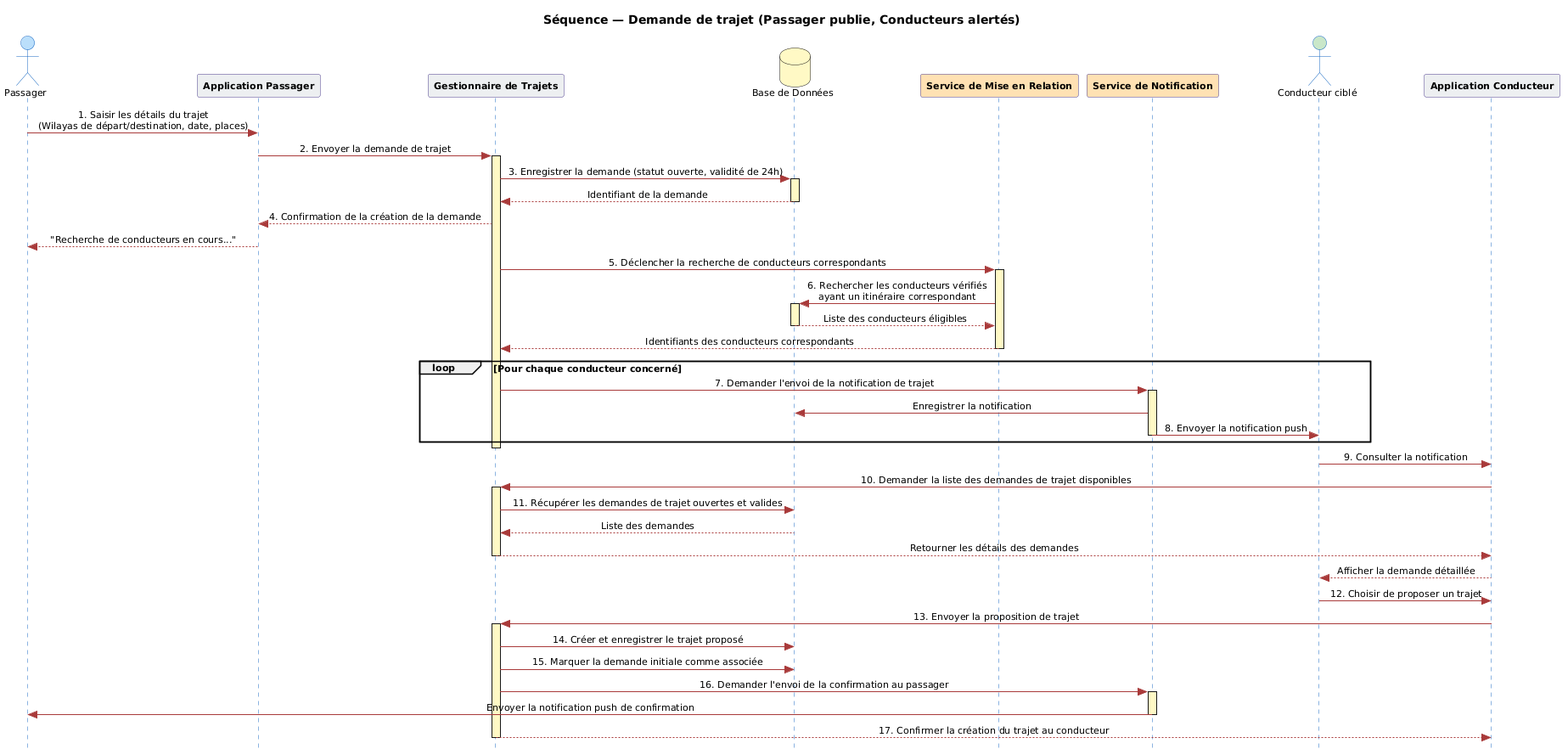
Earlier version of the PlantUML export figures/fig_sequence_trip_request.png (Belhormamohamed13/Memiore_RohWinBghit).
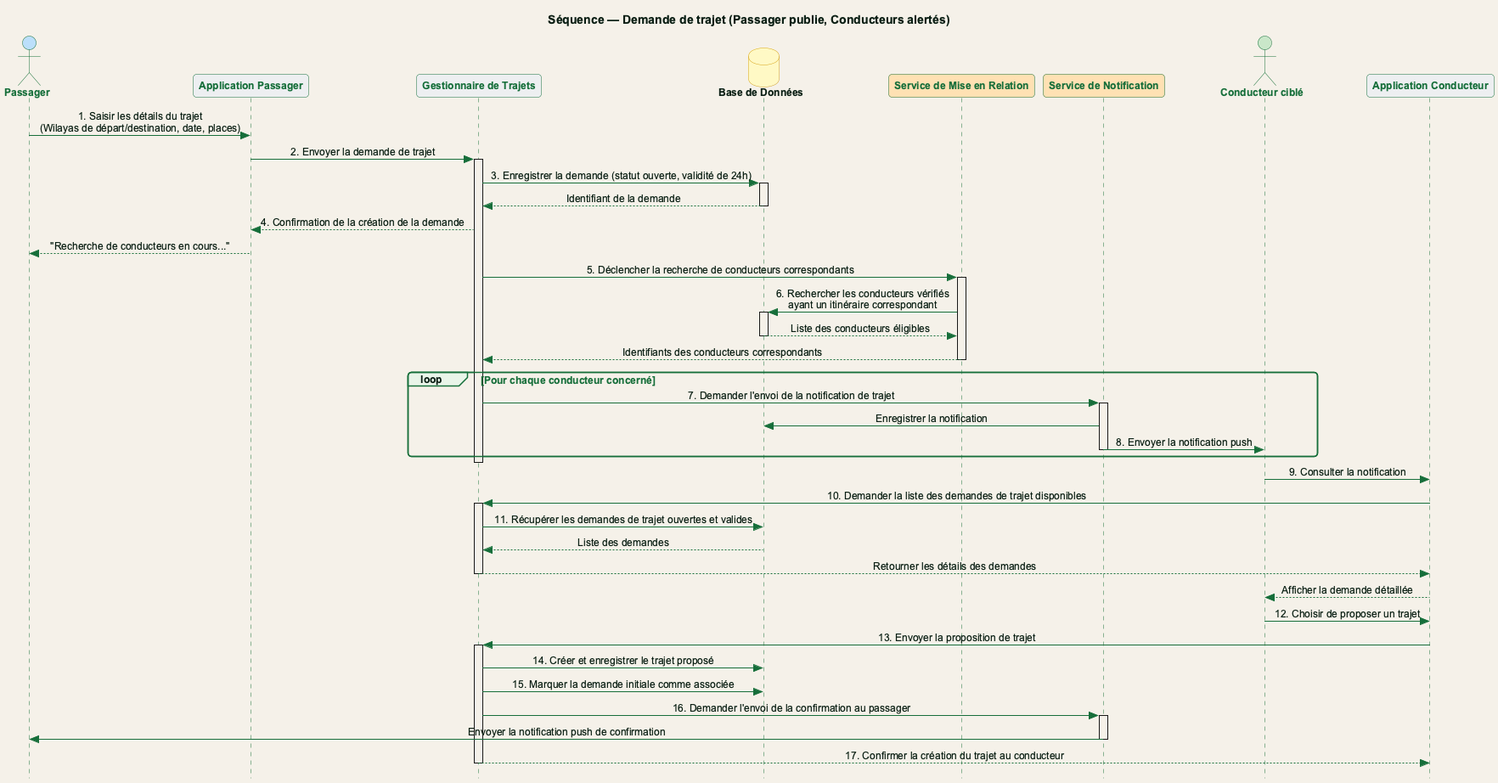
Later version of the same file.

What changed in the source:
```diff
@@ -1,22 +1,8 @@
-@startuml
+@startuml fig_sequence_trip_request
+!include theme_rohwinbghit.puml
 skinparam style strictuml
-skinparam DefaultFontName Arial
-skinparam DefaultFontSize 11
-skinparam shadowing false
 skinparam SequenceMessageAlignment center
 
-skinparam sequence {
-  ArrowColor #A83B3B
-  ActorBorderColor #1565C0
-  ActorBackgroundColor #BBDEFB
-  LifeLineBorderColor #1565C0
-  LifeLineBackgroundColor #FFF9C4
-  ParticipantBorderColor #4B3A8B
-  ParticipantBackgroundColor #D1C4E9
-  ParticipantFontStyle bold
-  DatabaseBorderColor #F9A825
-  DatabaseBackgroundColor #FFF9C4
-}
 
 title Séquence — Demande de trajet (Passager publie, Conducteurs alertés)
 
```
